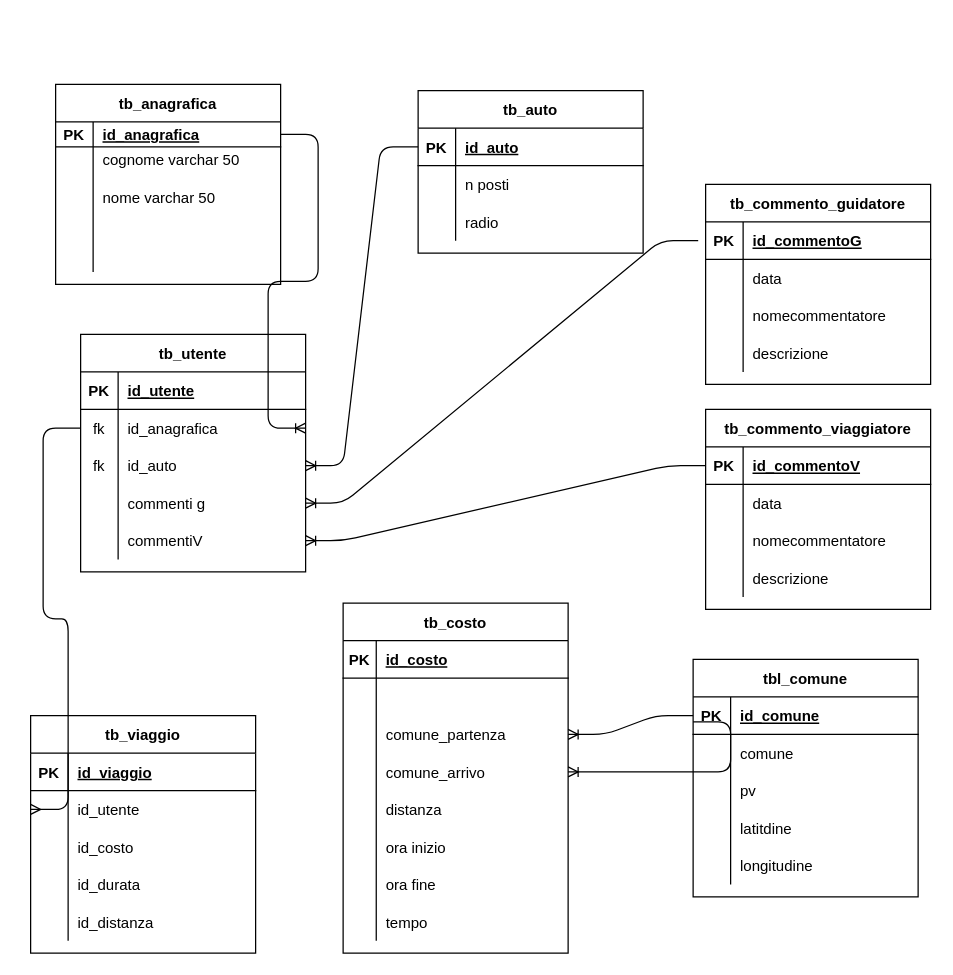
Above: DataBase.drawio in andreabesso/andreabesso (draw.io), before the change. Source tidied: cells renumbered, new cells numbered last; positions are measured from the earlier drawing's top-left corner, leaving out a move shared by most shapes. Both pictures are drawn from the tidied source at 125%, with x=0, y=0 at pixel (30, 84).
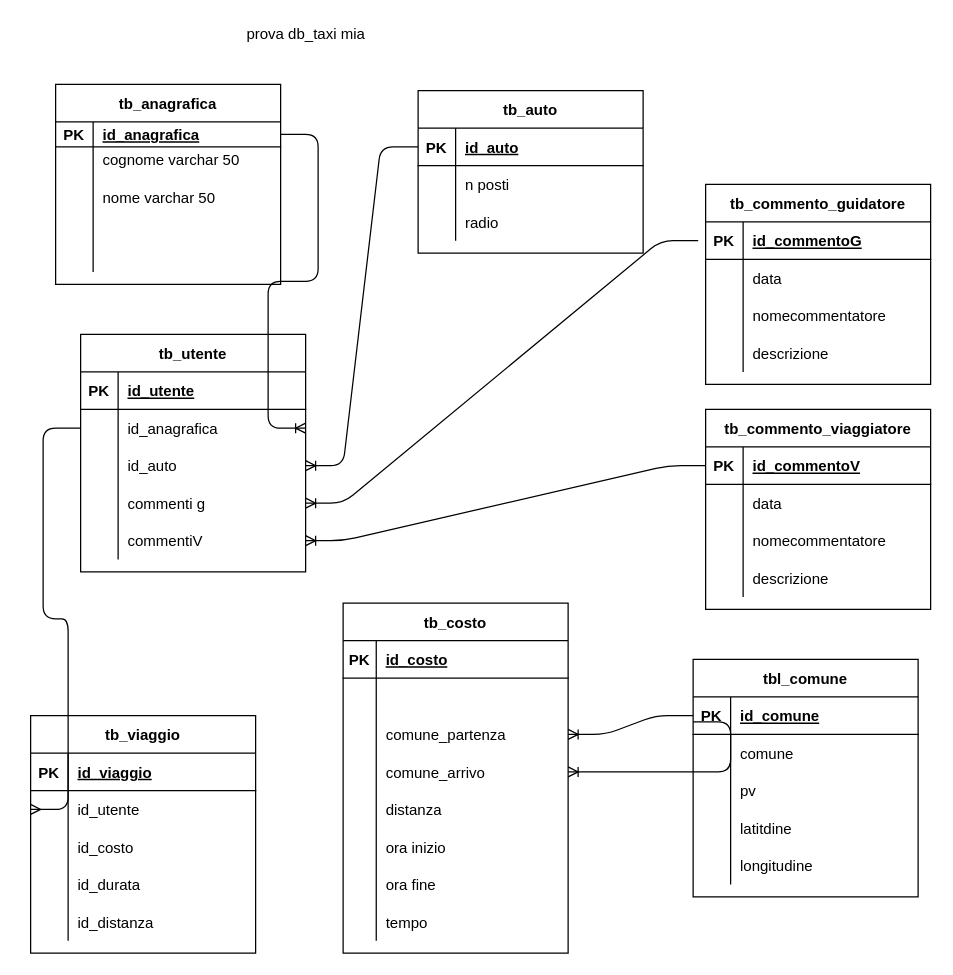
After the change.

The change refers to these unchanged cells:
```xml
<mxCell id="45" style="shape=partialRectangle;fillColor=none;top=0;left=0;bottom=0;right=0;points=[[0,0.5],[1,0.5]];portConstraint=eastwest;" parent="41" vertex="1">
  <mxGeometry y="60" width="180" height="30" as="geometry" />
</mxCell>
<mxCell id="48" style="shape=partialRectangle;fillColor=none;top=0;left=0;bottom=0;right=0;points=[[0,0.5],[1,0.5]];portConstraint=eastwest;" parent="41" vertex="1">
  <mxGeometry y="90" width="180" height="30" as="geometry" />
</mxCell>
```

Change to the diagram source:
```diff
@@
-    <mxCell id="46" value="fk" style="shape=partialRectangle;fillColor=none;top=0;left=0;bottom=0;right=0;overflow=hidden;" parent="45" vertex="1">
+    <mxCell id="46" style="shape=partialRectangle;fillColor=none;top=0;left=0;bottom=0;right=0;overflow=hidden;" parent="45" vertex="1">
       <mxGeometry width="30" height="30" as="geometry" />
     </mxCell>
@@
-    <mxCell id="49" value="fk" style="shape=partialRectangle;fillColor=none;top=0;left=0;bottom=0;right=0;overflow=hidden;" parent="48" vertex="1">
+    <mxCell id="49" style="shape=partialRectangle;fillColor=none;top=0;left=0;bottom=0;right=0;overflow=hidden;" parent="48" vertex="1">
       <mxGeometry width="30" height="30" as="geometry" />
     </mxCell>
@@
+    <mxCell id="131" value="prova db_taxi mia" style="text;html=1;align=center;verticalAlign=middle;" parent="1" vertex="1">
+      <mxGeometry x="165" y="-50" width="110" height="20" as="geometry" />
+    </mxCell>
```
